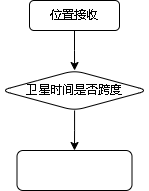
This is 809数据跨度.drawio.png from xktder/draw, a draw.io export, as it was before one commit. Source tidied: cells renumbered, new cells last; positions are measured from the earlier drawing's top-left corner, leaving out a move shared by most shapes. The source it was exported from:
```xml
<mxGraphModel>
  <root>
    <mxCell id="0" />
    <mxCell id="1" parent="0" />
    <mxCell id="2" style="edgeStyle=orthogonalEdgeStyle;rounded=0;jettySize=auto;html=1;" parent="1" edge="1" source="3" target="5">
      <mxGeometry relative="1" as="geometry" />
    </mxCell>
    <mxCell id="3" value="位置接收" style="rounded=1;whiteSpace=wrap;html=1;" parent="1" vertex="1">
      <mxGeometry x="29" width="90" height="30" as="geometry" />
    </mxCell>
    <mxCell id="4" style="edgeStyle=orthogonalEdgeStyle;rounded=0;jettySize=auto;html=1;" parent="1" edge="1" source="5" target="6">
      <mxGeometry relative="1" as="geometry" />
    </mxCell>
    <mxCell id="5" value="卫星时间是否跨度" style="rhombus;whiteSpace=wrap;html=1;rounded=1;" parent="1" vertex="1">
      <mxGeometry x="0.2" y="70" width="147.5" height="40" as="geometry" />
    </mxCell>
    <mxCell id="6" style="whiteSpace=wrap;html=1;rounded=1;" parent="1" vertex="1">
      <mxGeometry x="16.5" y="150" width="115" height="40" as="geometry" />
    </mxCell>
  </root>
</mxGraphModel>
```
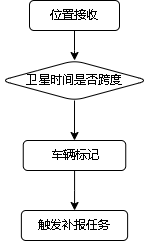
The same diagram one commit later.

Commit message:
更新809数据跨度.drawio.png

The edit, as a diff of the source:
```diff
@@ -12,10 +12,16 @@
       <mxGeometry relative="1" as="geometry" />
     </mxCell>
     <mxCell id="5" value="卫星时间是否跨度" style="rhombus;whiteSpace=wrap;html=1;rounded=1;" parent="1" vertex="1">
-      <mxGeometry x="0.2" y="70" width="147.5" height="40" as="geometry" />
+      <mxGeometry x="0.3" y="60" width="147.5" height="40" as="geometry" />
     </mxCell>
+    <mxCell id="7" style="edgeStyle=orthogonalEdgeStyle;rounded=0;jettySize=auto;html=1;" parent="1" edge="1" source="6" target="8">
+      <mxGeometry relative="1" as="geometry" />
+    </mxCell>
-    <mxCell id="6" style="whiteSpace=wrap;html=1;rounded=1;" parent="1" vertex="1">
-      <mxGeometry x="16.5" y="150" width="115" height="40" as="geometry" />
+    <mxCell id="6" value="车辆标记" style="whiteSpace=wrap;html=1;rounded=1;" parent="1" vertex="1">
+      <mxGeometry x="22.8" y="140" width="102.5" height="30" as="geometry" />
     </mxCell>
+    <mxCell id="8" value="触发补报任务" style="whiteSpace=wrap;html=1;rounded=1;" parent="1" vertex="1">
+      <mxGeometry x="20.9" y="210" width="106.2" height="30" as="geometry" />
+    </mxCell>
   </root>
 </mxGraphModel>
```
